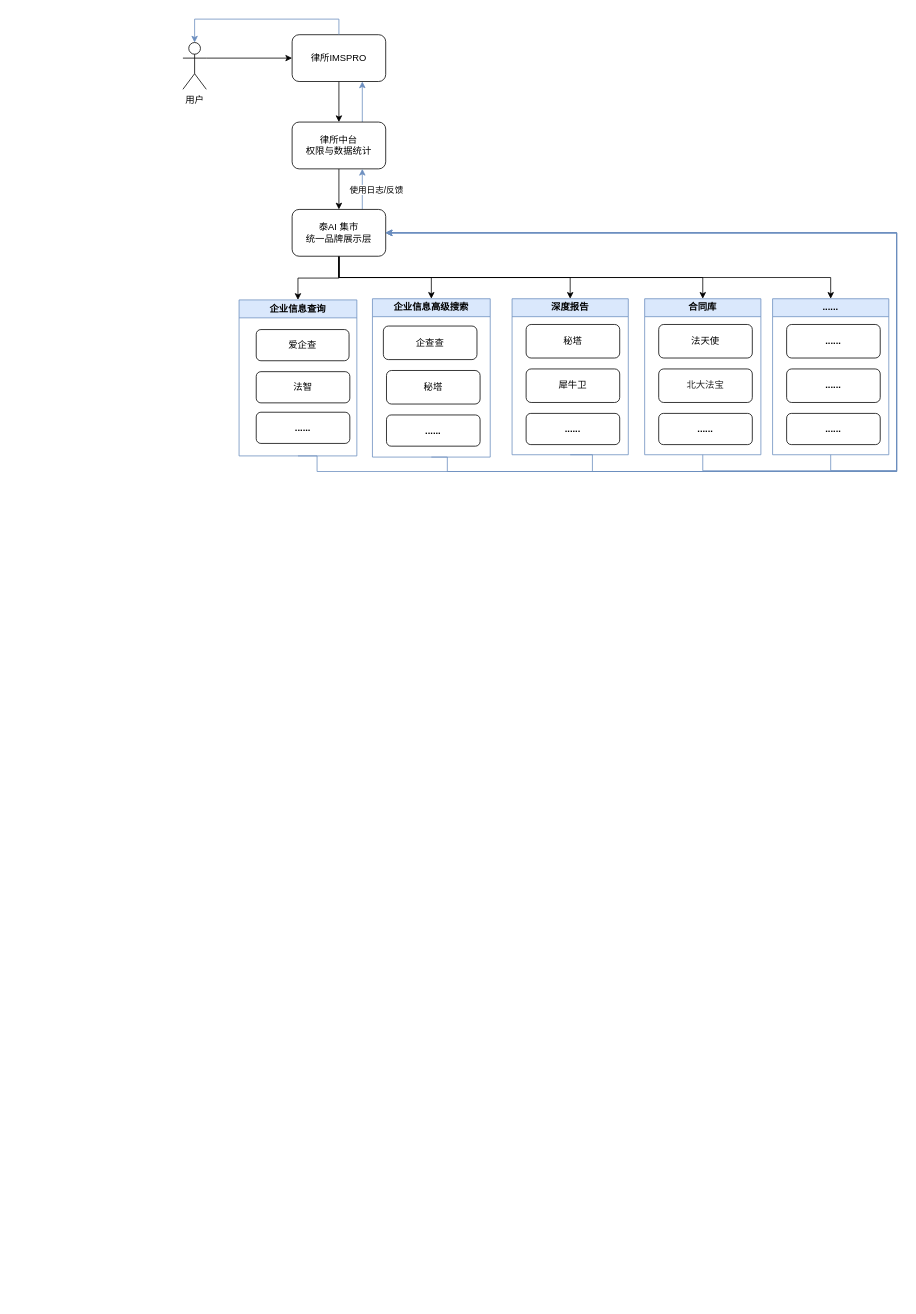
The draw.io diagram 1110_中台AI.drawio in hy986/Repo_0110, before the edit. Source tidied: cells renumbered, new cells numbered last; positions are measured from the earlier drawing's top-left corner, leaving out a move shared by most shapes. Both pictures are drawn from the tidied source at 78%, with x=0, y=0 at pixel (183, 34).
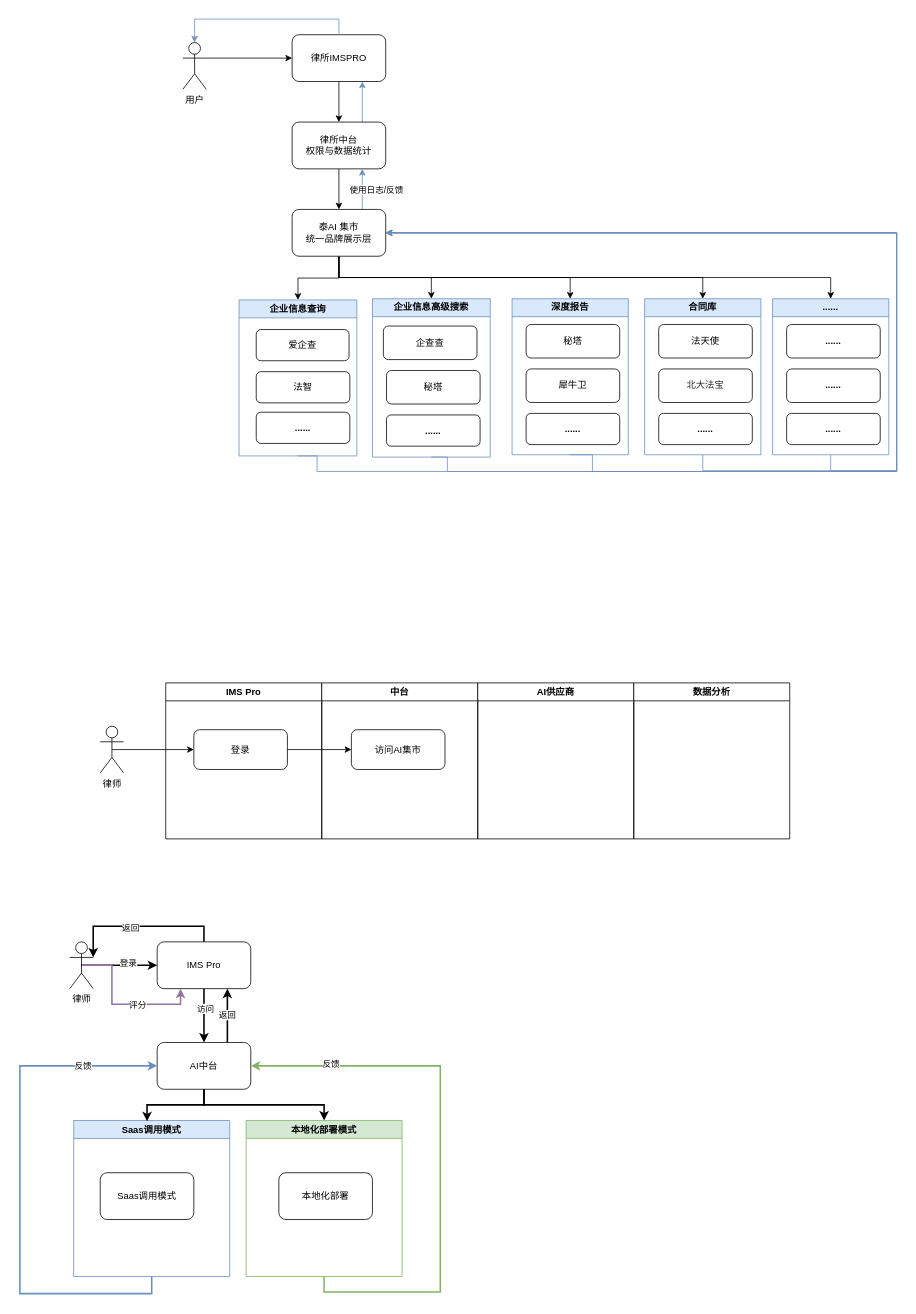
Above is the later version.

What changed in the source:
```diff
@@
+    <mxCell id="43" style="edgeStyle=orthogonalEdgeStyle;rounded=0;jettySize=auto;html=1;exitX=0.5;exitY=0.5;exitDx=0;exitDy=0;exitPerimeter=0;" parent="1" edge="1" source="44" target="46">
+      <mxGeometry relative="1" as="geometry" />
+    </mxCell>
+    <mxCell id="44" value="律师" style="shape=umlActor;verticalLabelPosition=bottom;verticalAlign=top;html=1;outlineConnect=0;" parent="1" vertex="1">
+      <mxGeometry x="-106" y="886.5" width="30" height="60" as="geometry" />
+    </mxCell>
+    <mxCell id="45" value="IMS Pro" style="swimlane;whiteSpace=wrap;html=1;startSize=23;" parent="1" vertex="1">
+      <mxGeometry x="-22" y="831" width="200" height="200" as="geometry" />
+    </mxCell>
+    <mxCell id="46" value="登录" style="rounded=1;whiteSpace=wrap;html=1;" parent="45" vertex="1">
+      <mxGeometry x="36" y="60" width="120" height="51" as="geometry" />
+    </mxCell>
+    <mxCell id="47" value="中台" style="swimlane;whiteSpace=wrap;html=1;" parent="1" vertex="1">
+      <mxGeometry x="178" y="831" width="200" height="200" as="geometry" />
+    </mxCell>
+    <mxCell id="48" value="访问AI集市" style="rounded=1;whiteSpace=wrap;html=1;" parent="47" vertex="1">
+      <mxGeometry x="38" y="60" width="120" height="51" as="geometry" />
+    </mxCell>
+    <mxCell id="49" value="AI供应商" style="swimlane;whiteSpace=wrap;html=1;" parent="1" vertex="1">
+      <mxGeometry x="378" y="831" width="200" height="200" as="geometry" />
+    </mxCell>
+    <mxCell id="50" value="数据分析" style="swimlane;whiteSpace=wrap;html=1;" parent="1" vertex="1">
+      <mxGeometry x="578" y="831" width="200" height="200" as="geometry" />
+    </mxCell>
+    <mxCell id="51" style="edgeStyle=orthogonalEdgeStyle;rounded=0;jettySize=auto;html=1;exitX=1;exitY=0.5;exitDx=0;exitDy=0;entryX=0;entryY=0.5;entryDx=0;entryDy=0;" parent="1" edge="1" source="46" target="48">
+      <mxGeometry relative="1" as="geometry" />
+    </mxCell>
+    <mxCell id="52" style="edgeStyle=orthogonalEdgeStyle;rounded=0;jettySize=auto;html=1;exitX=0.5;exitY=0.5;exitDx=0;exitDy=0;exitPerimeter=0;entryX=0;entryY=0.5;entryDx=0;entryDy=0;strokeWidth=2;" parent="1" edge="1" source="56" target="59">
+      <mxGeometry relative="1" as="geometry" />
+    </mxCell>
+    <mxCell id="53" value="登录" style="edgeLabel;html=1;align=center;verticalAlign=middle;" parent="52" vertex="1">
+      <mxGeometry x="-0.09" y="4" relative="1" as="geometry">
+        <mxPoint x="15" y="1" as="offset" />
+      </mxGeometry>
+    </mxCell>
+    <mxCell id="54" style="edgeStyle=orthogonalEdgeStyle;rounded=0;jettySize=auto;html=1;exitX=0.5;exitY=0.5;exitDx=0;exitDy=0;exitPerimeter=0;entryX=0.25;entryY=1;entryDx=0;entryDy=0;fillColor=#e1d5e7;strokeColor=#9673a6;strokeWidth=2;" parent="1" edge="1" source="56" target="59">
+      <mxGeometry relative="1" as="geometry">
+        <Array as="points">
+          <mxPoint x="-91" y="1193" />
+          <mxPoint x="-91" y="1243" />
+          <mxPoint x="-3" y="1243" />
+        </Array>
+      </mxGeometry>
+    </mxCell>
+    <mxCell id="55" value="评分" style="edgeLabel;html=1;align=center;verticalAlign=middle;" parent="54" vertex="1">
+      <mxGeometry x="0.23" relative="1" as="geometry" />
+    </mxCell>
+    <mxCell id="56" value="律师" style="shape=umlActor;verticalLabelPosition=bottom;verticalAlign=top;html=1;outlineConnect=0;" parent="1" vertex="1">
+      <mxGeometry x="-145" y="1163" width="30" height="60" as="geometry" />
+    </mxCell>
+    <mxCell id="57" style="edgeStyle=orthogonalEdgeStyle;rounded=0;jettySize=auto;html=1;exitX=0.5;exitY=1;exitDx=0;exitDy=0;entryX=0.5;entryY=0;entryDx=0;entryDy=0;strokeWidth=2;" parent="1" edge="1" source="59" target="62">
+      <mxGeometry relative="1" as="geometry" />
+    </mxCell>
+    <mxCell id="58" value="访问" style="edgeLabel;html=1;align=center;verticalAlign=middle;" parent="57" vertex="1">
+      <mxGeometry x="-0.28" y="1" relative="1" as="geometry" />
+    </mxCell>
+    <mxCell id="59" value="IMS Pro" style="rounded=1;whiteSpace=wrap;html=1;" parent="1" vertex="1">
+      <mxGeometry x="-33" y="1163" width="120" height="60" as="geometry" />
+    </mxCell>
+    <mxCell id="60" style="edgeStyle=orthogonalEdgeStyle;rounded=0;jettySize=auto;html=1;exitX=0.5;exitY=1;exitDx=0;exitDy=0;entryX=0.5;entryY=0;entryDx=0;entryDy=0;strokeWidth=2;" parent="1" edge="1" source="62" target="69">
+      <mxGeometry relative="1" as="geometry" />
+    </mxCell>
+    <mxCell id="61" value="返回" style="edgeStyle=orthogonalEdgeStyle;rounded=0;jettySize=auto;html=1;exitX=0.75;exitY=0;exitDx=0;exitDy=0;entryX=0.75;entryY=1;entryDx=0;entryDy=0;strokeWidth=2;" parent="1" edge="1" source="62" target="59">
+      <mxGeometry relative="1" as="geometry" />
+    </mxCell>
+    <mxCell id="62" value="AI中台" style="rounded=1;whiteSpace=wrap;html=1;" parent="1" vertex="1">
+      <mxGeometry x="-33" y="1292" width="120" height="60" as="geometry" />
+    </mxCell>
+    <mxCell id="63" style="edgeStyle=orthogonalEdgeStyle;rounded=0;jettySize=auto;html=1;exitX=0.5;exitY=1;exitDx=0;exitDy=0;entryX=0;entryY=0.5;entryDx=0;entryDy=0;fillColor=#dae8fc;strokeColor=#6c8ebf;strokeWidth=2;" parent="1" edge="1" source="65" target="62">
+      <mxGeometry relative="1" as="geometry">
+        <Array as="points">
+          <mxPoint x="-40" y="1614" />
+          <mxPoint x="-209" y="1614" />
+          <mxPoint x="-209" y="1322" />
+        </Array>
+      </mxGeometry>
+    </mxCell>
+    <mxCell id="64" value="反馈" style="edgeLabel;html=1;align=center;verticalAlign=middle;" parent="63" vertex="1">
+      <mxGeometry x="0.71" relative="1" as="geometry" />
+    </mxCell>
+    <mxCell id="65" value="Saas调用模式" style="swimlane;whiteSpace=wrap;html=1;fillColor=#dae8fc;strokeColor=#6c8ebf;" parent="1" vertex="1">
+      <mxGeometry x="-140" y="1392" width="200" height="200" as="geometry" />
+    </mxCell>
+    <mxCell id="66" value="Saas调用模式" style="rounded=1;whiteSpace=wrap;html=1;" parent="65" vertex="1">
+      <mxGeometry x="34" y="67" width="120" height="60" as="geometry" />
+    </mxCell>
+    <mxCell id="67" style="edgeStyle=orthogonalEdgeStyle;rounded=0;jettySize=auto;html=1;exitX=0.5;exitY=1;exitDx=0;exitDy=0;entryX=1;entryY=0.5;entryDx=0;entryDy=0;fillColor=#d5e8d4;strokeColor=#82b366;strokeWidth=2;" parent="1" edge="1" source="69" target="62">
+      <mxGeometry relative="1" as="geometry">
+        <Array as="points">
+          <mxPoint x="181" y="1612" />
+          <mxPoint x="330" y="1612" />
+          <mxPoint x="330" y="1322" />
+        </Array>
+      </mxGeometry>
+    </mxCell>
+    <mxCell id="68" value="反馈" style="edgeLabel;html=1;align=center;verticalAlign=middle;" parent="67" vertex="1">
+      <mxGeometry x="0.71" y="-3" relative="1" as="geometry" />
+    </mxCell>
+    <mxCell id="69" value="本地化部署模式" style="swimlane;whiteSpace=wrap;html=1;fillColor=#d5e8d4;strokeColor=#82b366;" parent="1" vertex="1">
+      <mxGeometry x="81" y="1392" width="200" height="200" as="geometry" />
+    </mxCell>
+    <mxCell id="70" value="本地化部署" style="rounded=1;whiteSpace=wrap;html=1;" parent="69" vertex="1">
+      <mxGeometry x="42" y="67" width="120" height="60" as="geometry" />
+    </mxCell>
+    <mxCell id="71" style="edgeStyle=orthogonalEdgeStyle;rounded=0;jettySize=auto;html=1;exitX=0.5;exitY=1;exitDx=0;exitDy=0;entryX=0.47;entryY=0.005;entryDx=0;entryDy=0;entryPerimeter=0;strokeWidth=2;" parent="1" edge="1" source="62" target="65">
+      <mxGeometry relative="1" as="geometry" />
+    </mxCell>
+    <mxCell id="72" style="edgeStyle=orthogonalEdgeStyle;rounded=0;jettySize=auto;html=1;exitX=0.5;exitY=0;exitDx=0;exitDy=0;entryX=1;entryY=0.3333333333333333;entryDx=0;entryDy=0;entryPerimeter=0;strokeWidth=2;" parent="1" edge="1" source="59" target="56">
+      <mxGeometry relative="1" as="geometry">
+        <Array as="points">
+          <mxPoint x="27" y="1143" />
+          <mxPoint x="-115" y="1143" />
+        </Array>
+      </mxGeometry>
+    </mxCell>
+    <mxCell id="73" value="返回" style="edgeLabel;html=1;align=center;verticalAlign=middle;" parent="72" vertex="1">
+      <mxGeometry x="0.14" y="1" relative="1" as="geometry" />
+    </mxCell>
```
